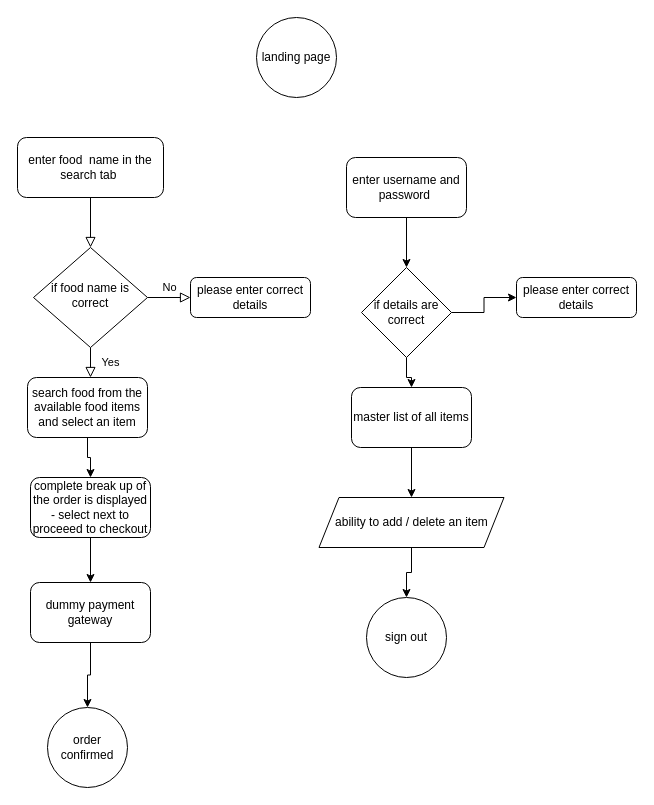
vishnugautam/KitchenStory keeps this draw.io diagram as KitchenStory-flowchart.drawio. Above is the earlier version. Source tidied: cells renumbered, new cells numbered last; positions are measured from the earlier drawing's top-left corner, leaving out a move shared by most shapes. Both pictures are drawn from the tidied source at 100%, with x=0, y=0 at pixel (17, 17).
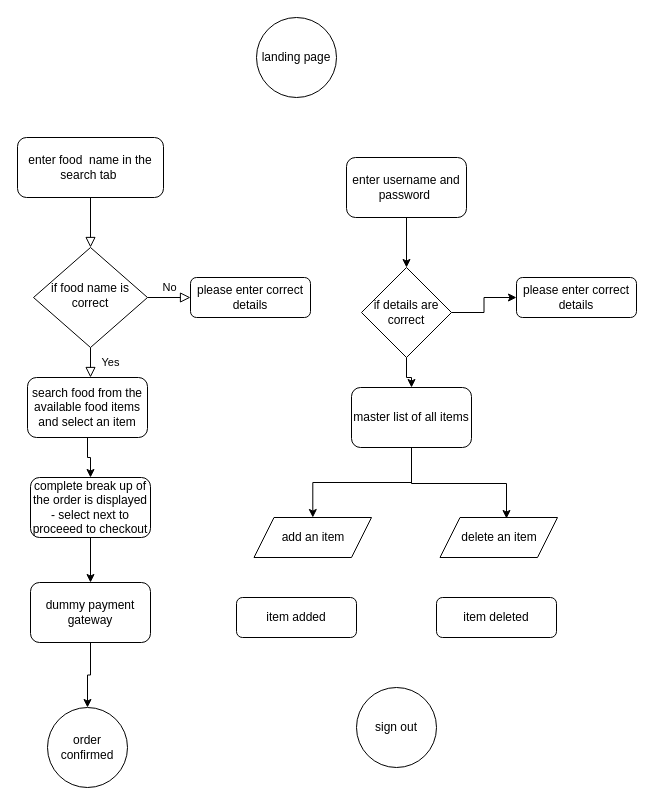
Above is the later version.

The change refers to these unchanged cells:
```xml
<mxCell id="23" value="master list of all items" style="rounded=1;whiteSpace=wrap;html=1;" parent="1" vertex="1">
  <mxGeometry x="334" y="370" width="120" height="60" as="geometry" />
</mxCell>
```

What changed in the source:
```diff
@@
-    <mxCell id="24" style="edgeStyle=orthogonalEdgeStyle;rounded=0;jettySize=auto;html=1;" parent="1" edge="1" source="25" target="26">
-      <mxGeometry relative="1" as="geometry" />
-    </mxCell>
-    <mxCell id="25" value="ability to add / delete an item" style="shape=parallelogram;perimeter=parallelogramPerimeter;whiteSpace=wrap;html=1;fixedSize=1;" parent="1" vertex="1">
-      <mxGeometry x="301.5" y="480" width="185" height="50" as="geometry" />
+    <mxCell id="25" value="add an item" style="shape=parallelogram;perimeter=parallelogramPerimeter;whiteSpace=wrap;html=1;fixedSize=1;" parent="1" vertex="1">
+      <mxGeometry x="236.5" y="500" width="117.5" height="40" as="geometry" />
     </mxCell>
     <mxCell id="26" value="sign out" style="ellipse;whiteSpace=wrap;html=1;" parent="1" vertex="1">
-      <mxGeometry x="349" y="580" width="80" height="80" as="geometry" />
+      <mxGeometry x="339" y="670" width="80" height="80" as="geometry" />
     </mxCell>
+    <mxCell id="27" value="item added" style="rounded=1;whiteSpace=wrap;html=1;" parent="1" vertex="1">
+      <mxGeometry x="219" y="580" width="120" height="40" as="geometry" />
+    </mxCell>
+    <mxCell id="28" style="rounded=0;jettySize=auto;html=1;exitX=0.5;exitY=1;exitDx=0;exitDy=0;edgeStyle=elbowEdgeStyle;elbow=vertical;entryX=0.566;entryY=0.025;entryDx=0;entryDy=0;entryPerimeter=0;" parent="1" edge="1" source="23" target="29">
+      <mxGeometry relative="1" as="geometry" />
+    </mxCell>
+    <mxCell id="29" value="delete an item" style="shape=parallelogram;perimeter=parallelogramPerimeter;whiteSpace=wrap;html=1;fixedSize=1;" parent="1" vertex="1">
+      <mxGeometry x="422.5" y="500" width="117.5" height="40" as="geometry" />
+    </mxCell>
+    <mxCell id="30" value="item deleted" style="rounded=1;whiteSpace=wrap;html=1;" parent="1" vertex="1">
+      <mxGeometry x="419" y="580" width="120" height="40" as="geometry" />
+    </mxCell>
```
